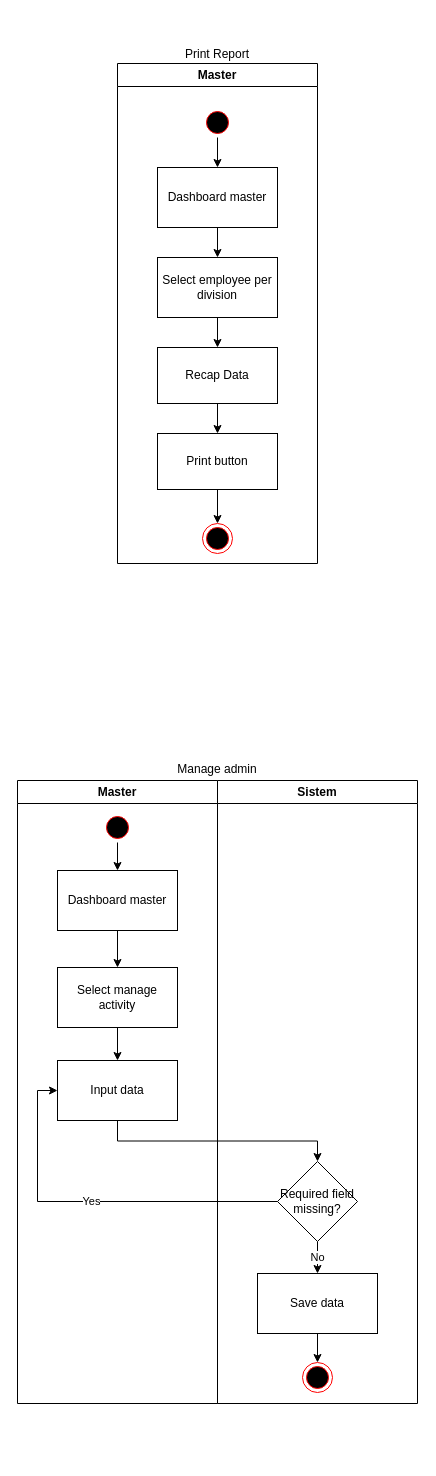
This is page "Master/Manager" (2 of 4) of activityDiagram.drawio from dzikfr/aplikasi-absensi-baharkam-2024, a draw.io file, before an edit. Source tidied: cells renumbered, new cells numbered last; positions are measured from the earlier drawing's top-left corner, leaving out a move shared by most shapes. Both pictures are drawn from the tidied source at 100%, with x=0, y=0 at pixel (17, 39).
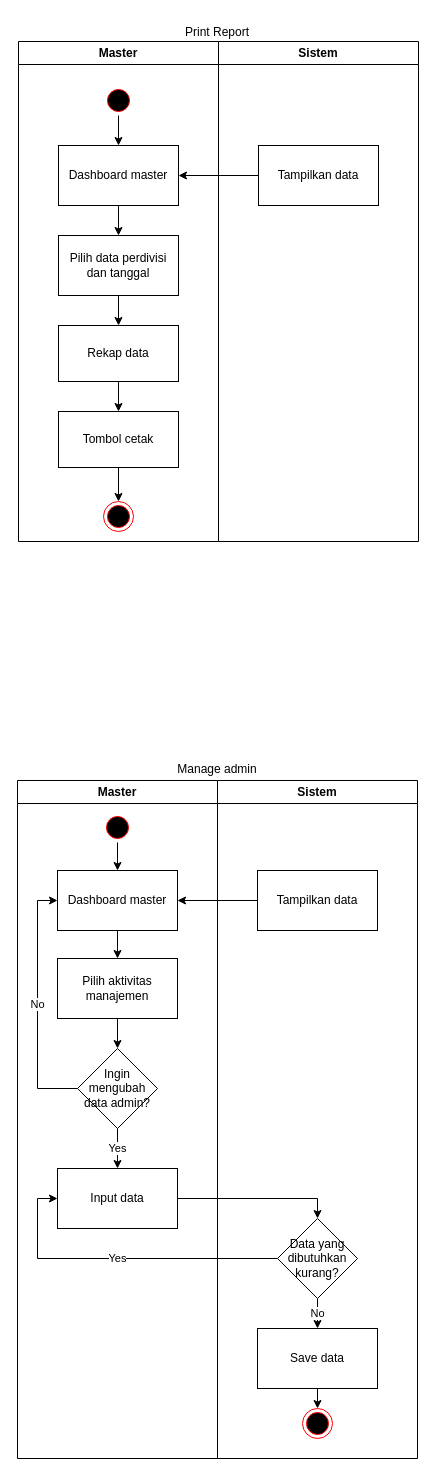
After the change.

Unchanged cells that the change refers to:
```xml
<mxCell id="6" value="Dashboard master" style="rounded=0;whiteSpace=wrap;html=1;" parent="2" vertex="1">
  <mxGeometry x="40" y="104" width="120" height="60" as="geometry" />
</mxCell>
<mxCell id="17" value="Dashboard master" style="rounded=0;whiteSpace=wrap;html=1;" parent="15" vertex="1">
  <mxGeometry x="40" y="90" width="120" height="60" as="geometry" />
</mxCell>
```

Change to the diagram source:
```diff
@@
     <mxCell id="2" value="Master" style="swimlane;whiteSpace=wrap;html=1;startSize=23;" parent="1" vertex="1">
-      <mxGeometry x="100" y="24" width="200" height="500" as="geometry" />
+      <mxGeometry x="1" y="2" width="200" height="500" as="geometry" />
     </mxCell>
@@
-    <mxCell id="8" value="Select employee per division" style="rounded=0;whiteSpace=wrap;html=1;" parent="2" vertex="1">
+    <mxCell id="8" value="Pilih data perdivisi dan tanggal" style="rounded=0;whiteSpace=wrap;html=1;" parent="2" vertex="1">
       <mxGeometry x="40" y="194" width="120" height="60" as="geometry" />
     </mxCell>
@@
-    <mxCell id="10" value="Recap Data" style="rounded=0;whiteSpace=wrap;html=1;" parent="2" vertex="1">
+    <mxCell id="10" value="Rekap data" style="rounded=0;whiteSpace=wrap;html=1;" parent="2" vertex="1">
       <mxGeometry x="40" y="284" width="120" height="56" as="geometry" />
     </mxCell>
@@
-    <mxCell id="12" value="Print button" style="rounded=0;whiteSpace=wrap;html=1;" parent="2" vertex="1">
+    <mxCell id="12" value="Tombol cetak" style="rounded=0;whiteSpace=wrap;html=1;" parent="2" vertex="1">
       <mxGeometry x="40" y="370" width="120" height="56" as="geometry" />
     </mxCell>
@@
     <mxCell id="15" value="Master" style="swimlane;whiteSpace=wrap;html=1;startSize=23;" parent="1" vertex="1">
-      <mxGeometry y="741" width="200" height="623" as="geometry" />
+      <mxGeometry y="741" width="200" height="678" as="geometry" />
     </mxCell>
@@
-    <mxCell id="18" style="edgeStyle=orthogonalEdgeStyle;rounded=0;jettySize=auto;html=1;exitX=0.5;exitY=1;exitDx=0;exitDy=0;entryX=0.5;entryY=0;entryDx=0;entryDy=0;" parent="15" edge="1" source="19" target="20">
-      <mxGeometry relative="1" as="geometry" />
-    </mxCell>
+    <mxCell id="33" style="edgeStyle=orthogonalEdgeStyle;rounded=0;jettySize=auto;html=1;exitX=0.5;exitY=1;exitDx=0;exitDy=0;entryX=0.5;entryY=0;entryDx=0;entryDy=0;" parent="15" edge="1" source="19" target="36">
+      <mxGeometry relative="1" as="geometry" />
+    </mxCell>
-    <mxCell id="19" value="Select manage activity" style="rounded=0;whiteSpace=wrap;html=1;" parent="15" vertex="1">
-      <mxGeometry x="40" y="187" width="120" height="60" as="geometry" />
+    <mxCell id="19" value="Pilih aktivitas manajemen" style="rounded=0;whiteSpace=wrap;html=1;" parent="15" vertex="1">
+      <mxGeometry x="40" y="178" width="120" height="60" as="geometry" />
     </mxCell>
     <mxCell id="20" value="Input data" style="rounded=0;whiteSpace=wrap;html=1;" parent="15" vertex="1">
-      <mxGeometry x="40" y="280" width="120" height="60" as="geometry" />
+      <mxGeometry x="40" y="388" width="120" height="60" as="geometry" />
     </mxCell>
@@
+    <mxCell id="34" value="Yes" style="edgeStyle=orthogonalEdgeStyle;rounded=0;jettySize=auto;html=1;exitX=0.5;exitY=1;exitDx=0;exitDy=0;entryX=0.5;entryY=0;entryDx=0;entryDy=0;" parent="15" edge="1" source="36" target="20">
+      <mxGeometry relative="1" as="geometry" />
+    </mxCell>
+    <mxCell id="35" value="No" style="edgeStyle=orthogonalEdgeStyle;rounded=0;jettySize=auto;html=1;exitX=0;exitY=0.5;exitDx=0;exitDy=0;entryX=0;entryY=0.5;entryDx=0;entryDy=0;" parent="15" edge="1" source="36" target="17">
+      <mxGeometry relative="1" as="geometry" />
+    </mxCell>
+    <mxCell id="36" value="Ingin mengubah data admin?" style="rhombus;whiteSpace=wrap;html=1;" parent="15" vertex="1">
+      <mxGeometry x="60" y="268" width="80" height="80" as="geometry" />
+    </mxCell>
     <mxCell id="23" value="Sistem" style="swimlane;whiteSpace=wrap;html=1;startSize=23;" parent="1" vertex="1">
-      <mxGeometry x="200" y="741" width="200" height="623" as="geometry" />
+      <mxGeometry x="200" y="741" width="200" height="678" as="geometry" />
     </mxCell>
@@
-    <mxCell id="25" value="Required field missing?" style="rhombus;whiteSpace=wrap;html=1;" parent="23" vertex="1">
-      <mxGeometry x="60" y="381" width="80" height="80" as="geometry" />
+    <mxCell id="25" value="Data yang dibutuhkan kurang?" style="rhombus;whiteSpace=wrap;html=1;" parent="23" vertex="1">
+      <mxGeometry x="60" y="438" width="80" height="80" as="geometry" />
     </mxCell>
@@
     <mxCell id="27" value="Save data" style="rounded=0;whiteSpace=wrap;html=1;" parent="23" vertex="1">
-      <mxGeometry x="40" y="493" width="120" height="60" as="geometry" />
+      <mxGeometry x="40" y="548" width="120" height="60" as="geometry" />
     </mxCell>
     <mxCell id="28" style="ellipse;html=1;shape=endState;fillColor=#000000;strokeColor=#ff0000;" parent="23" vertex="1">
-      <mxGeometry x="85" y="582" width="30" height="30" as="geometry" />
+      <mxGeometry x="85" y="628" width="30" height="30" as="geometry" />
     </mxCell>
+    <mxCell id="37" value="Tampilkan data" style="rounded=0;whiteSpace=wrap;html=1;" parent="23" vertex="1">
+      <mxGeometry x="40" y="90" width="120" height="60" as="geometry" />
+    </mxCell>
     <mxCell id="29" value="Print Report" style="text;html=1;align=center;verticalAlign=middle;whiteSpace=wrap;rounded=0;" parent="1" vertex="1">
-      <mxGeometry x="150" width="100" height="30" as="geometry" />
+      <mxGeometry x="150" y="-22" width="100" height="30" as="geometry" />
     </mxCell>
@@
+    <mxCell id="32" value="Yes" style="edgeStyle=orthogonalEdgeStyle;rounded=0;jettySize=auto;html=1;exitX=0;exitY=0.5;exitDx=0;exitDy=0;entryX=0;entryY=0.5;entryDx=0;entryDy=0;" parent="1" edge="1" source="25" target="20">
+      <mxGeometry relative="1" as="geometry" />
+    </mxCell>
+    <mxCell id="38" value="Sistem" style="swimlane;whiteSpace=wrap;html=1;startSize=23;" parent="1" vertex="1">
+      <mxGeometry x="201" y="2" width="200" height="500" as="geometry" />
+    </mxCell>
+    <mxCell id="39" value="Tampilkan data" style="rounded=0;whiteSpace=wrap;html=1;" parent="38" vertex="1">
+      <mxGeometry x="40" y="104" width="120" height="60" as="geometry" />
+    </mxCell>
+    <mxCell id="40" style="edgeStyle=orthogonalEdgeStyle;rounded=0;jettySize=auto;html=1;exitX=0;exitY=0.5;exitDx=0;exitDy=0;entryX=1;entryY=0.5;entryDx=0;entryDy=0;" parent="1" edge="1" source="39" target="6">
+      <mxGeometry relative="1" as="geometry" />
+    </mxCell>
+    <mxCell id="41" style="edgeStyle=orthogonalEdgeStyle;rounded=0;jettySize=auto;html=1;exitX=0;exitY=0.5;exitDx=0;exitDy=0;entryX=1;entryY=0.5;entryDx=0;entryDy=0;" parent="1" edge="1" source="37" target="17">
+      <mxGeometry relative="1" as="geometry" />
+    </mxCell>
-    <mxCell id="31" style="edgeStyle=orthogonalEdgeStyle;rounded=0;jettySize=auto;html=1;exitX=0.5;exitY=1;exitDx=0;exitDy=0;entryX=0.5;entryY=0;entryDx=0;entryDy=0;" parent="1" edge="1" source="20" target="25">
+    <mxCell id="31" style="edgeStyle=orthogonalEdgeStyle;rounded=0;jettySize=auto;html=1;exitX=1;exitY=0.5;exitDx=0;exitDy=0;entryX=0.5;entryY=0;entryDx=0;entryDy=0;" parent="1" edge="1" source="20" target="25">
       <mxGeometry relative="1" as="geometry" />
     </mxCell>
-    <mxCell id="32" value="Yes" style="edgeStyle=orthogonalEdgeStyle;rounded=0;jettySize=auto;html=1;exitX=0;exitY=0.5;exitDx=0;exitDy=0;entryX=0;entryY=0.5;entryDx=0;entryDy=0;" parent="1" edge="1" source="25" target="20">
-      <mxGeometry relative="1" as="geometry" />
-    </mxCell>
```
